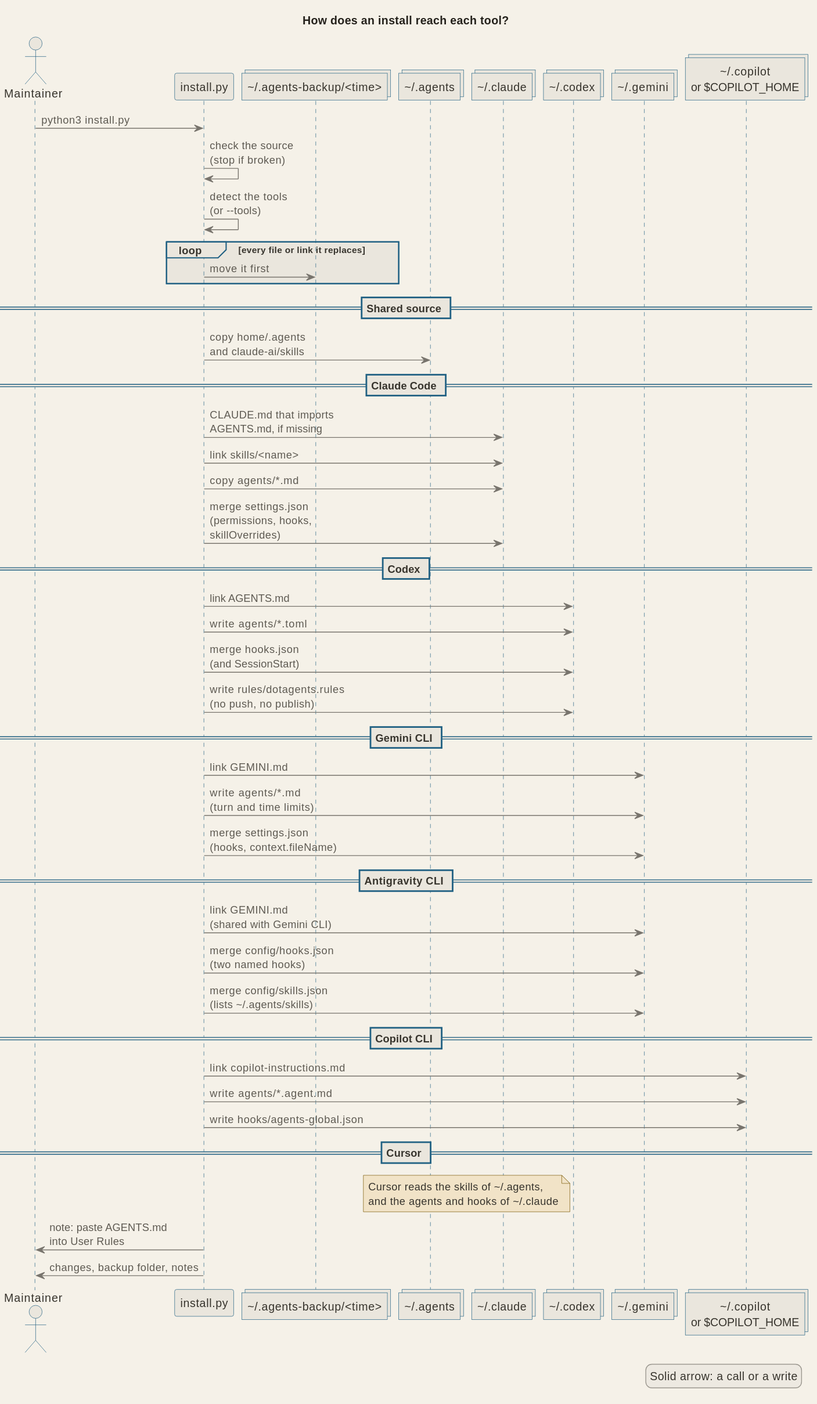
signorenne/dotagents keeps this PlantUML diagram as docs/diagrams/arch_install.svg. Above is the earlier version.
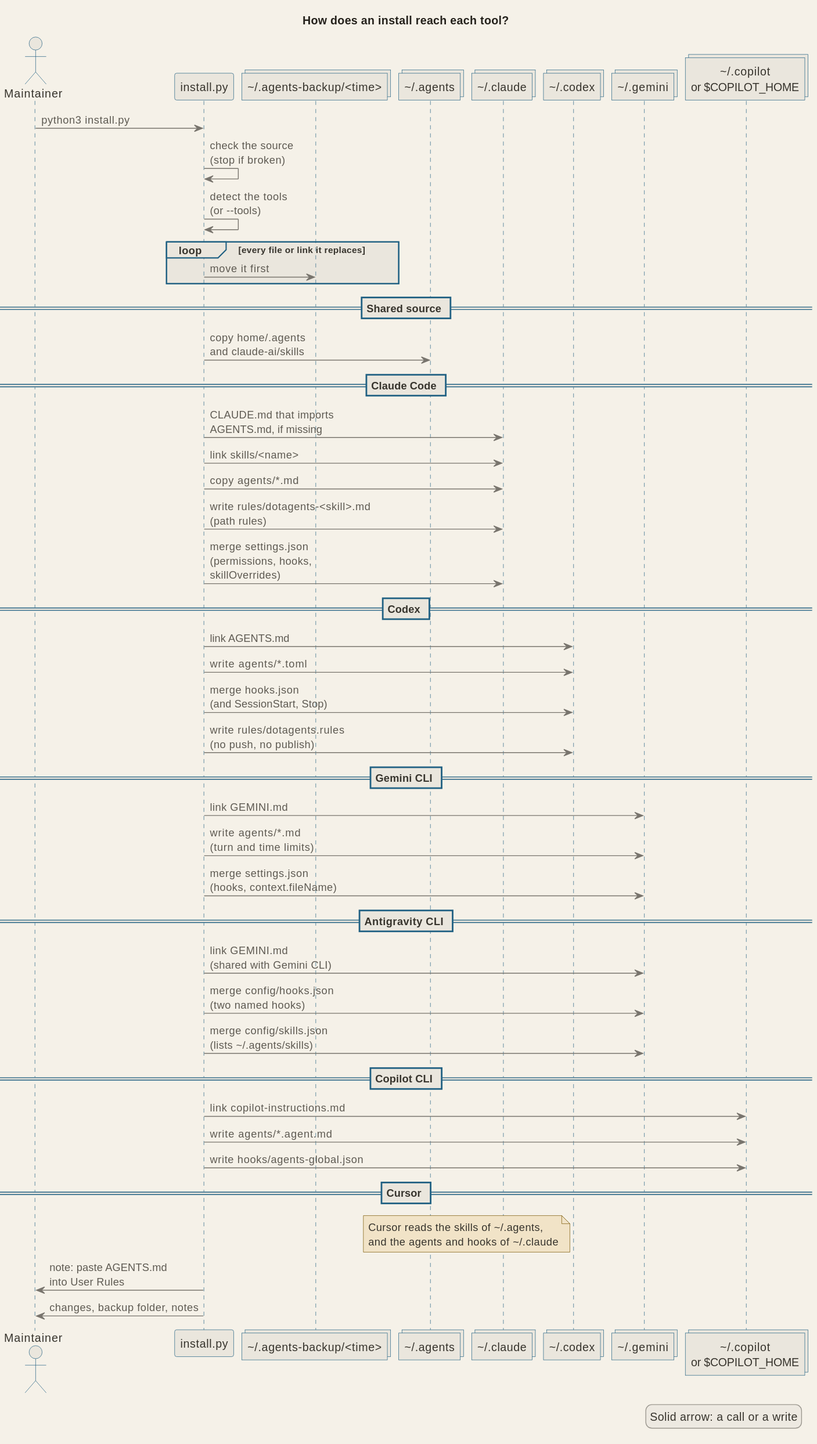
Later version of the same file.

Commit message:
docs(architecture): draw the new hooks, the path rules and the stop check in the diagrams

What changed in the source:
```diff
@@ -26,12 +26,13 @@
 install -> claude : CLAUDE.md that imports\nAGENTS.md, if missing
 install -> claude : link skills/<name>
 install -> claude : copy agents/*.md
+install -> claude : write rules/dotagents-<skill>.md\n(path rules)
 install -> claude : merge settings.json\n(permissions, hooks,\nskillOverrides)
 
 == Codex ==
 install -> codex : link AGENTS.md
 install -> codex : write agents/*.toml
-install -> codex : merge hooks.json\n(and SessionStart)
+install -> codex : merge hooks.json\n(and SessionStart, Stop)
 install -> codex : write rules/dotagents.rules\n(no push, no publish)
 
 == Gemini CLI ==
```
